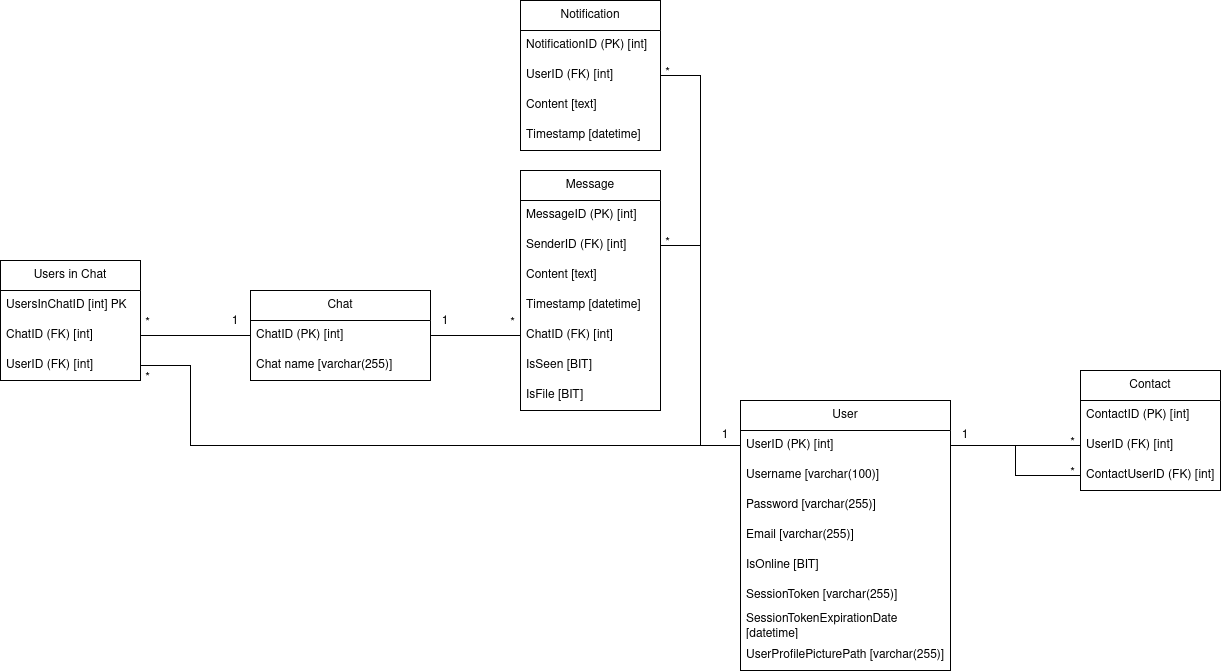
Earlier version of the draw.io export Images/Database_Schema.png (Serbina-Dumitru/TestDatabase). Source tidied: cells renumbered, new cells last; positions are measured from the earlier drawing's top-left corner, leaving out a move shared by most shapes.
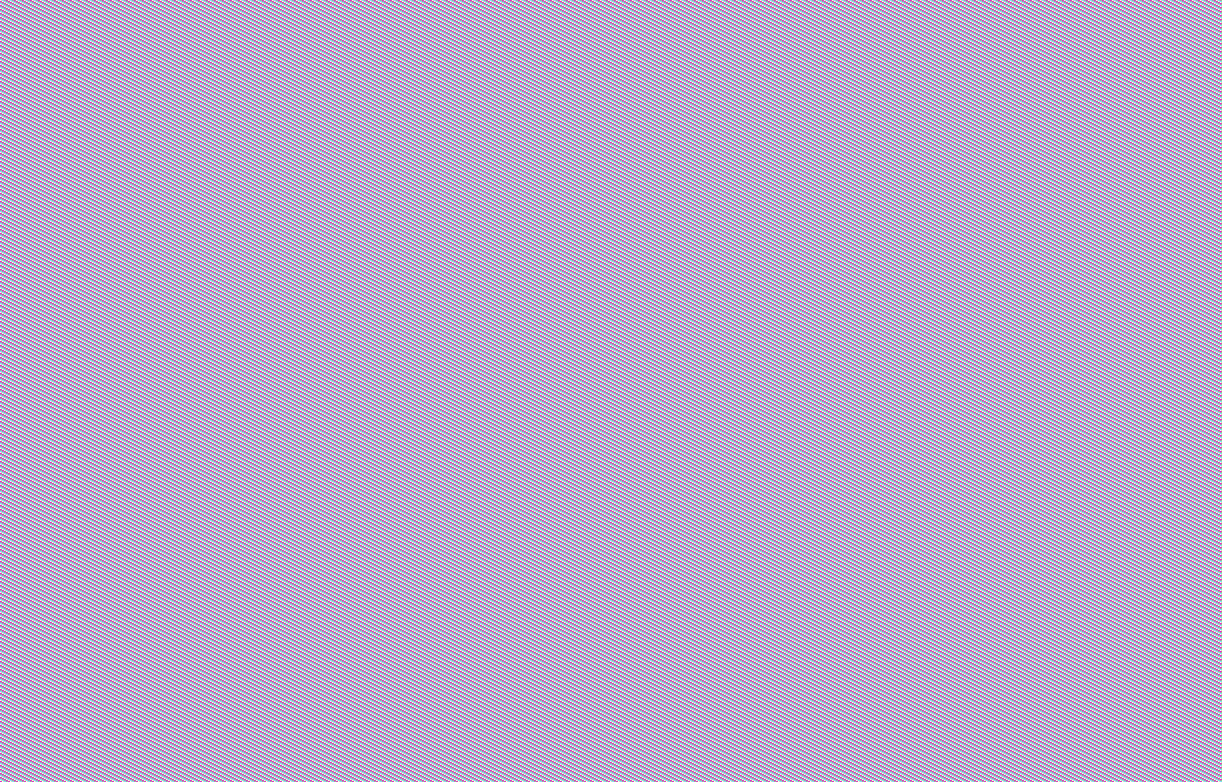
Later version of the same file.

Commit message:
Added the LastTimeOnline field in User.cs file

Change to the diagram source:
```diff
@@ -3,7 +3,7 @@
     <mxCell id="0" />
     <mxCell id="1" parent="0" />
     <mxCell id="2" value="Message" style="swimlane;fontStyle=0;horizontal=1;startSize=30;whiteSpace=wrap;html=1;fillColor=none;" parent="1" vertex="1">
-      <mxGeometry x="520" y="170" width="140" height="240" as="geometry" />
+      <mxGeometry x="570" y="310" width="140" height="240" as="geometry" />
     </mxCell>
     <mxCell id="3" value="MessageID (PK) [int]" style="text;strokeColor=none;fillColor=none;align=left;verticalAlign=middle;spacingLeft=4;spacingRight=4;overflow=hidden;whiteSpace=wrap;html=1;" parent="2" vertex="1">
       <mxGeometry y="30" width="140" height="30" as="geometry" />
@@ -11,12 +11,12 @@
     <mxCell id="4" value="SenderID (FK) [int]" style="text;strokeColor=none;fillColor=none;align=left;verticalAlign=middle;spacingLeft=4;spacingRight=4;overflow=hidden;points=[[0,0.5],[1,0.5]];portConstraint=eastwest;whiteSpace=wrap;html=1;" parent="2" vertex="1">
       <mxGeometry y="60" width="140" height="30" as="geometry" />
     </mxCell>
-    <mxCell id="5" value="Content [text]" style="text;strokeColor=none;fillColor=none;align=left;verticalAlign=middle;spacingLeft=4;spacingRight=4;overflow=hidden;whiteSpace=wrap;html=1;" parent="2" vertex="1">
-      <mxGeometry y="90" width="140" height="30" as="geometry" />
-    </mxCell>
-    <mxCell id="6" value="Timestamp [datetime]" style="text;strokeColor=none;fillColor=none;align=left;verticalAlign=middle;spacingLeft=4;spacingRight=4;overflow=hidden;whiteSpace=wrap;html=1;" parent="2" vertex="1">
-      <mxGeometry y="120" width="140" height="30" as="geometry" />
-    </mxCell>
+    <mxCell id="53" value="Content [text]" style="text;strokeColor=none;fillColor=none;align=left;verticalAlign=middle;spacingLeft=4;spacingRight=4;overflow=hidden;whiteSpace=wrap;html=1;" parent="2" vertex="1">
+      <mxGeometry y="90" width="140" height="30" as="geometry" />
+    </mxCell>
+    <mxCell id="54" value="Timestamp [datetime]" style="text;strokeColor=none;fillColor=none;align=left;verticalAlign=middle;spacingLeft=4;spacingRight=4;overflow=hidden;whiteSpace=wrap;html=1;" parent="2" vertex="1">
+      <mxGeometry y="120" width="140" height="30" as="geometry" />
+    </mxCell>
     <mxCell id="7" value="&lt;div&gt;ChatID (FK) [int]&lt;/div&gt;" style="text;strokeColor=none;fillColor=none;align=left;verticalAlign=middle;spacingLeft=4;spacingRight=4;overflow=hidden;points=[[0,0.5],[1,0.5]];portConstraint=eastwest;whiteSpace=wrap;html=1;" parent="2" vertex="1">
       <mxGeometry y="150" width="140" height="30" as="geometry" />
     </mxCell>
@@ -27,108 +27,112 @@
       <mxGeometry y="210" width="140" height="30" as="geometry" />
     </mxCell>
     <mxCell id="10" value="User" style="swimlane;fontStyle=0;horizontal=1;startSize=30;whiteSpace=wrap;html=1;fillColor=none;" parent="1" vertex="1">
-      <mxGeometry x="740" y="400" width="210" height="270" as="geometry" />
+      <mxGeometry x="790" y="540" width="230" height="340" as="geometry" />
     </mxCell>
     <mxCell id="11" value="UserID (PK) [int]" style="text;strokeColor=none;fillColor=none;align=left;verticalAlign=middle;spacingLeft=4;spacingRight=4;overflow=hidden;points=[[0,0.5],[1,0.5]];portConstraint=eastwest;whiteSpace=wrap;html=1;" parent="10" vertex="1">
-      <mxGeometry y="30" width="210" height="30" as="geometry" />
+      <mxGeometry y="30" width="230" height="30" as="geometry" />
     </mxCell>
     <mxCell id="12" value="Username [varchar(100)]" style="text;strokeColor=none;fillColor=none;align=left;verticalAlign=middle;spacingLeft=4;spacingRight=4;overflow=hidden;whiteSpace=wrap;html=1;" parent="10" vertex="1">
-      <mxGeometry y="60" width="210" height="30" as="geometry" />
+      <mxGeometry y="60" width="230" height="30" as="geometry" />
     </mxCell>
     <mxCell id="13" value="&lt;div&gt;Password [varchar(255)]&lt;/div&gt;" style="text;strokeColor=none;fillColor=none;align=left;verticalAlign=middle;spacingLeft=4;spacingRight=4;overflow=hidden;whiteSpace=wrap;html=1;" parent="10" vertex="1">
-      <mxGeometry y="90" width="210" height="30" as="geometry" />
+      <mxGeometry y="90" width="230" height="30" as="geometry" />
     </mxCell>
     <mxCell id="14" value="Email [varchar(255)]" style="text;strokeColor=none;fillColor=none;align=left;verticalAlign=middle;spacingLeft=4;spacingRight=4;overflow=hidden;whiteSpace=wrap;html=1;" parent="10" vertex="1">
-      <mxGeometry y="120" width="210" height="30" as="geometry" />
+      <mxGeometry y="120" width="230" height="30" as="geometry" />
     </mxCell>
     <mxCell id="15" value="&lt;div&gt;IsOnline [BIT]&lt;/div&gt;" style="text;strokeColor=none;fillColor=none;align=left;verticalAlign=middle;spacingLeft=4;spacingRight=4;overflow=hidden;whiteSpace=wrap;html=1;" parent="10" vertex="1">
-      <mxGeometry y="150" width="210" height="30" as="geometry" />
+      <mxGeometry y="150" width="230" height="30" as="geometry" />
     </mxCell>
+    <mxCell id="55" value="LastTimeOnline [DateTime]" style="text;strokeColor=none;fillColor=none;align=left;verticalAlign=middle;spacingLeft=4;spacingRight=4;overflow=hidden;whiteSpace=wrap;html=1;" parent="10" vertex="1">
+      <mxGeometry y="180" width="230" height="30" as="geometry" />
+    </mxCell>
     <mxCell id="16" value="&lt;div&gt;SessionToken [varchar(255)]&lt;/div&gt;" style="text;strokeColor=none;fillColor=none;align=left;verticalAlign=middle;spacingLeft=4;spacingRight=4;overflow=hidden;whiteSpace=wrap;html=1;" parent="10" vertex="1">
-      <mxGeometry y="180" width="210" height="30" as="geometry" />
+      <mxGeometry y="210" width="230" height="30" as="geometry" />
     </mxCell>
     <mxCell id="17" value="&lt;div&gt;SessionTokenExpirationDate [datetime]&lt;/div&gt;" style="text;strokeColor=none;fillColor=none;align=left;verticalAlign=middle;spacingLeft=4;spacingRight=4;overflow=hidden;whiteSpace=wrap;html=1;" parent="10" vertex="1">
-      <mxGeometry y="210" width="210" height="30" as="geometry" />
+      <mxGeometry y="240" width="230" height="50" as="geometry" />
     </mxCell>
     <mxCell id="18" value="UserProfilePicturePath [varchar(255)]" style="text;strokeColor=none;fillColor=none;align=left;verticalAlign=middle;spacingLeft=4;spacingRight=4;overflow=hidden;whiteSpace=wrap;html=1;" parent="10" vertex="1">
-      <mxGeometry y="240" width="210" height="30" as="geometry" />
+      <mxGeometry y="290" width="230" height="50" as="geometry" />
     </mxCell>
     <mxCell id="19" value="Notification" style="swimlane;fontStyle=0;horizontal=1;startSize=30;whiteSpace=wrap;html=1;fillColor=none;" parent="1" vertex="1">
-      <mxGeometry x="520" width="140" height="150" as="geometry" />
+      <mxGeometry x="570" y="100" width="140" height="170" as="geometry" />
     </mxCell>
     <mxCell id="20" value="NotificationID (PK) [int]" style="text;strokeColor=none;fillColor=none;align=left;verticalAlign=middle;spacingLeft=4;spacingRight=4;overflow=hidden;whiteSpace=wrap;html=1;" parent="19" vertex="1">
       <mxGeometry y="30" width="140" height="30" as="geometry" />
     </mxCell>
-    <mxCell id="21" value="UserID (FK) [int]" style="text;strokeColor=none;fillColor=none;align=left;verticalAlign=middle;spacingLeft=4;spacingRight=4;overflow=hidden;points=[[0,0.5],[1,0.5]];portConstraint=eastwest;whiteSpace=wrap;html=1;" parent="19" vertex="1">
-      <mxGeometry y="60" width="140" height="30" as="geometry" />
-    </mxCell>
-    <mxCell id="22" value="Content [text]" style="text;strokeColor=none;fillColor=none;align=left;verticalAlign=middle;spacingLeft=4;spacingRight=4;overflow=hidden;whiteSpace=wrap;html=1;" parent="19" vertex="1">
-      <mxGeometry y="90" width="140" height="30" as="geometry" />
-    </mxCell>
-    <mxCell id="23" value="Timestamp [datetime]" style="text;strokeColor=none;fillColor=none;align=left;verticalAlign=middle;spacingLeft=4;spacingRight=4;overflow=hidden;whiteSpace=wrap;html=1;" parent="19" vertex="1">
-      <mxGeometry y="120" width="140" height="30" as="geometry" />
-    </mxCell>
+    <mxCell id="56" value="UserID (FK) [int]" style="text;strokeColor=none;fillColor=none;align=left;verticalAlign=middle;spacingLeft=4;spacingRight=4;overflow=hidden;whiteSpace=wrap;html=1;" parent="19" vertex="1">
+      <mxGeometry y="60" width="140" height="30" as="geometry" />
+    </mxCell>
+    <mxCell id="57" value="Content [text]" style="text;strokeColor=none;fillColor=none;align=left;verticalAlign=middle;spacingLeft=4;spacingRight=4;overflow=hidden;whiteSpace=wrap;html=1;" parent="19" vertex="1">
+      <mxGeometry y="90" width="140" height="30" as="geometry" />
+    </mxCell>
+    <mxCell id="58" value="Timestamp [datetime]" style="text;strokeColor=none;fillColor=none;align=left;verticalAlign=middle;spacingLeft=4;spacingRight=4;overflow=hidden;whiteSpace=wrap;html=1;" parent="19" vertex="1">
+      <mxGeometry y="120" width="140" height="50" as="geometry" />
+    </mxCell>
     <mxCell id="24" value="Contact" style="swimlane;fontStyle=0;horizontal=1;startSize=30;whiteSpace=wrap;html=1;fillColor=none;" parent="1" vertex="1">
-      <mxGeometry x="1080" y="370" width="140" height="120" as="geometry" />
+      <mxGeometry x="1130" y="510" width="140" height="130" as="geometry" />
     </mxCell>
     <mxCell id="25" value="ContactID (PK) [int]" style="text;strokeColor=none;fillColor=none;align=left;verticalAlign=middle;spacingLeft=4;spacingRight=4;overflow=hidden;whiteSpace=wrap;html=1;" parent="24" vertex="1">
       <mxGeometry y="30" width="140" height="30" as="geometry" />
     </mxCell>
-    <mxCell id="26" value="UserID (FK) [int]" style="text;strokeColor=none;fillColor=none;align=left;verticalAlign=middle;spacingLeft=4;spacingRight=4;overflow=hidden;points=[[0,0.5],[1,0.5]];portConstraint=eastwest;whiteSpace=wrap;html=1;" parent="24" vertex="1">
-      <mxGeometry y="60" width="140" height="30" as="geometry" />
-    </mxCell>
+    <mxCell id="59" value="UserID (FK) [int]" style="text;strokeColor=none;fillColor=none;align=left;verticalAlign=middle;spacingLeft=4;spacingRight=4;overflow=hidden;points=[[0,0.5],[1,0.5]];portConstraint=eastwest;whiteSpace=wrap;html=1;" parent="24" vertex="1">
+      <mxGeometry y="60" width="140" height="30" as="geometry" />
+    </mxCell>
     <mxCell id="27" value="ContactUserID (FK) [int]" style="text;strokeColor=none;fillColor=none;align=left;verticalAlign=middle;spacingLeft=4;spacingRight=4;overflow=hidden;points=[[0,0.5],[1,0.5]];portConstraint=eastwest;whiteSpace=wrap;html=1;" parent="24" vertex="1">
-      <mxGeometry y="90" width="140" height="30" as="geometry" />
+      <mxGeometry y="90" width="140" height="40" as="geometry" />
     </mxCell>
     <mxCell id="28" style="edgeStyle=orthogonalEdgeStyle;rounded=0;jettySize=auto;html=1;entryX=0;entryY=0.5;entryDx=0;entryDy=0;endArrow=none;startFill=0;" parent="1" edge="1" source="29" target="7">
       <mxGeometry relative="1" as="geometry" />
     </mxCell>
     <mxCell id="29" value="Chat" style="swimlane;fontStyle=0;horizontal=1;startSize=30;whiteSpace=wrap;html=1;fillColor=none;" parent="1" vertex="1">
-      <mxGeometry x="250" y="290" width="180" height="90" as="geometry" />
+      <mxGeometry x="300" y="425" width="180" height="100" as="geometry" />
     </mxCell>
     <mxCell id="30" value="&lt;div&gt;ChatID (PK) [int]&lt;/div&gt;" style="text;strokeColor=none;fillColor=none;align=left;verticalAlign=middle;spacingLeft=4;spacingRight=4;overflow=hidden;points=[[0,0.5],[1,0.5]];portConstraint=eastwest;whiteSpace=wrap;html=1;" parent="29" vertex="1">
       <mxGeometry y="30" width="180" height="30" as="geometry" />
     </mxCell>
     <mxCell id="31" value="Chat name [varchar(255)]" style="text;strokeColor=none;fillColor=none;align=left;verticalAlign=middle;spacingLeft=4;spacingRight=4;overflow=hidden;whiteSpace=wrap;html=1;" parent="29" vertex="1">
-      <mxGeometry y="60" width="180" height="30" as="geometry" />
+      <mxGeometry y="60" width="180" height="40" as="geometry" />
     </mxCell>
     <mxCell id="32" style="edgeStyle=orthogonalEdgeStyle;rounded=0;jettySize=auto;html=1;exitX=1;exitY=0.5;exitDx=0;exitDy=0;entryX=0;entryY=0.5;entryDx=0;entryDy=0;strokeColor=default;endArrow=none;startFill=0;" parent="1" edge="1" source="4" target="11">
       <mxGeometry relative="1" as="geometry" />
     </mxCell>
-    <mxCell id="33" value="1" style="text;html=1;align=center;verticalAlign=middle;whiteSpace=wrap;rounded=0;" parent="1" vertex="1">
-      <mxGeometry x="720" y="430" width="10" height="10" as="geometry" />
-    </mxCell>
-    <mxCell id="34" value="*" style="text;html=1;align=center;verticalAlign=middle;whiteSpace=wrap;rounded=0;" parent="1" vertex="1">
-      <mxGeometry x="665" y="240" width="5" height="5" as="geometry" />
-    </mxCell>
-    <mxCell id="35" style="edgeStyle=orthogonalEdgeStyle;rounded=0;jettySize=auto;html=1;entryX=0;entryY=0.5;entryDx=0;entryDy=0;endArrow=none;startFill=0;" parent="1" edge="1" source="21" target="11">
-      <mxGeometry relative="1" as="geometry">
-        <Array as="points">
-          <mxPoint x="700" y="75" />
-          <mxPoint x="700" y="445" />
-        </Array>
-      </mxGeometry>
-    </mxCell>
-    <mxCell id="36" value="*" style="text;html=1;align=center;verticalAlign=middle;whiteSpace=wrap;rounded=0;" parent="1" vertex="1">
-      <mxGeometry x="665" y="70" width="5" height="5" as="geometry" />
-    </mxCell>
-    <mxCell id="37" style="edgeStyle=orthogonalEdgeStyle;rounded=0;jettySize=auto;html=1;exitX=1;exitY=0.5;exitDx=0;exitDy=0;entryX=0;entryY=0.5;entryDx=0;entryDy=0;endArrow=none;startFill=0;" parent="1" edge="1" source="11" target="26">
-      <mxGeometry relative="1" as="geometry" />
-    </mxCell>
+    <mxCell id="60" value="1" style="text;html=1;align=center;verticalAlign=middle;whiteSpace=wrap;rounded=0;" parent="1" vertex="1">
+      <mxGeometry x="770" y="570" width="10" height="10" as="geometry" />
+    </mxCell>
+    <mxCell id="61" value="*" style="text;html=1;align=center;verticalAlign=middle;whiteSpace=wrap;rounded=0;" parent="1" vertex="1">
+      <mxGeometry x="715" y="380" width="5" height="5" as="geometry" />
+    </mxCell>
+    <mxCell id="62" style="edgeStyle=orthogonalEdgeStyle;rounded=0;jettySize=auto;html=1;entryX=0;entryY=0.5;entryDx=0;entryDy=0;endArrow=none;startFill=0;" parent="1" edge="1" target="11">
+      <mxGeometry relative="1" as="geometry">
+        <mxPoint x="710" y="150" as="sourcePoint" />
+        <Array as="points">
+          <mxPoint x="750" y="150" />
+          <mxPoint x="750" y="585" />
+        </Array>
+      </mxGeometry>
+    </mxCell>
+    <mxCell id="63" value="*" style="text;html=1;align=center;verticalAlign=middle;whiteSpace=wrap;rounded=0;" parent="1" vertex="1">
+      <mxGeometry x="715" y="140" width="5" height="5" as="geometry" />
+    </mxCell>
+    <mxCell id="64" style="edgeStyle=orthogonalEdgeStyle;rounded=0;jettySize=auto;html=1;exitX=1;exitY=0.5;exitDx=0;exitDy=0;entryX=0;entryY=0.5;entryDx=0;entryDy=0;endArrow=none;startFill=0;" parent="1" edge="1" source="11" target="59">
+      <mxGeometry relative="1" as="geometry" />
+    </mxCell>
     <mxCell id="38" style="edgeStyle=orthogonalEdgeStyle;rounded=0;jettySize=auto;html=1;exitX=0;exitY=0.5;exitDx=0;exitDy=0;entryX=1;entryY=0.5;entryDx=0;entryDy=0;endArrow=none;startFill=0;" parent="1" edge="1" source="27" target="11">
       <mxGeometry relative="1" as="geometry" />
     </mxCell>
-    <mxCell id="39" value="1" style="text;html=1;align=center;verticalAlign=middle;whiteSpace=wrap;rounded=0;" parent="1" vertex="1">
-      <mxGeometry x="960" y="430" width="10" height="10" as="geometry" />
-    </mxCell>
-    <mxCell id="40" value="*" style="text;html=1;align=center;verticalAlign=middle;whiteSpace=wrap;rounded=0;" parent="1" vertex="1">
-      <mxGeometry x="1070" y="470" width="5" height="5" as="geometry" />
-    </mxCell>
-    <mxCell id="41" value="*" style="text;html=1;align=center;verticalAlign=middle;whiteSpace=wrap;rounded=0;" parent="1" vertex="1">
-      <mxGeometry x="1070" y="440" width="5" height="5" as="geometry" />
-    </mxCell>
+    <mxCell id="65" value="1" style="text;html=1;align=center;verticalAlign=middle;whiteSpace=wrap;rounded=0;" parent="1" vertex="1">
+      <mxGeometry x="1010" y="570" width="10" height="10" as="geometry" />
+    </mxCell>
+    <mxCell id="66" value="*" style="text;html=1;align=center;verticalAlign=middle;whiteSpace=wrap;rounded=0;" parent="1" vertex="1">
+      <mxGeometry x="1120" y="610" width="5" height="5" as="geometry" />
+    </mxCell>
+    <mxCell id="67" value="*" style="text;html=1;align=center;verticalAlign=middle;whiteSpace=wrap;rounded=0;" parent="1" vertex="1">
+      <mxGeometry x="1120" y="580" width="5" height="5" as="geometry" />
+    </mxCell>
     <mxCell id="42" value="Users in Chat" style="swimlane;fontStyle=0;horizontal=1;startSize=30;whiteSpace=wrap;html=1;fillColor=none;" parent="1" vertex="1">
-      <mxGeometry y="260" width="140" height="120" as="geometry" />
+      <mxGeometry x="50" y="395" width="140" height="120" as="geometry" />
     </mxCell>
     <mxCell id="43" value="UsersInChatID [int] PK" style="text;strokeColor=none;fillColor=none;align=left;verticalAlign=middle;spacingLeft=4;spacingRight=4;overflow=hidden;whiteSpace=wrap;html=1;" parent="42" vertex="1">
       <mxGeometry y="30" width="140" height="30" as="geometry" />
@@ -145,25 +149,25 @@
     <mxCell id="47" style="edgeStyle=orthogonalEdgeStyle;rounded=0;jettySize=auto;html=1;entryX=0;entryY=0.5;entryDx=0;entryDy=0;endArrow=none;startFill=0;" parent="1" edge="1" source="45" target="11">
       <mxGeometry relative="1" as="geometry">
         <Array as="points">
-          <mxPoint x="190" y="365" />
-          <mxPoint x="190" y="445" />
+          <mxPoint x="240" y="505" />
+          <mxPoint x="240" y="585" />
         </Array>
       </mxGeometry>
     </mxCell>
-    <mxCell id="48" value="*" style="text;html=1;align=center;verticalAlign=middle;whiteSpace=wrap;rounded=0;" parent="1" vertex="1">
-      <mxGeometry x="145" y="375" width="5" height="5" as="geometry" />
-    </mxCell>
-    <mxCell id="49" value="*" style="text;html=1;align=center;verticalAlign=middle;whiteSpace=wrap;rounded=0;" parent="1" vertex="1">
-      <mxGeometry x="145" y="320" width="5" height="5" as="geometry" />
-    </mxCell>
-    <mxCell id="50" value="1" style="text;html=1;align=center;verticalAlign=middle;whiteSpace=wrap;rounded=0;" parent="1" vertex="1">
-      <mxGeometry x="230" y="313" width="10" height="15" as="geometry" />
-    </mxCell>
-    <mxCell id="51" value="1" style="text;html=1;align=center;verticalAlign=middle;whiteSpace=wrap;rounded=0;" parent="1" vertex="1">
-      <mxGeometry x="440" y="313" width="10" height="15" as="geometry" />
-    </mxCell>
-    <mxCell id="52" value="*" style="text;html=1;align=center;verticalAlign=middle;whiteSpace=wrap;rounded=0;" parent="1" vertex="1">
-      <mxGeometry x="510" y="320" width="5" height="5" as="geometry" />
-    </mxCell>
+    <mxCell id="68" value="*" style="text;html=1;align=center;verticalAlign=middle;whiteSpace=wrap;rounded=0;" parent="1" vertex="1">
+      <mxGeometry x="195" y="515" width="5" height="5" as="geometry" />
+    </mxCell>
+    <mxCell id="69" value="*" style="text;html=1;align=center;verticalAlign=middle;whiteSpace=wrap;rounded=0;" parent="1" vertex="1">
+      <mxGeometry x="195" y="460" width="5" height="5" as="geometry" />
+    </mxCell>
+    <mxCell id="70" value="1" style="text;html=1;align=center;verticalAlign=middle;whiteSpace=wrap;rounded=0;" parent="1" vertex="1">
+      <mxGeometry x="280" y="453" width="10" height="15" as="geometry" />
+    </mxCell>
+    <mxCell id="71" value="1" style="text;html=1;align=center;verticalAlign=middle;whiteSpace=wrap;rounded=0;" parent="1" vertex="1">
+      <mxGeometry x="490" y="453" width="10" height="15" as="geometry" />
+    </mxCell>
+    <mxCell id="72" value="*" style="text;html=1;align=center;verticalAlign=middle;whiteSpace=wrap;rounded=0;" parent="1" vertex="1">
+      <mxGeometry x="560" y="460" width="5" height="5" as="geometry" />
+    </mxCell>
   </root>
 </mxGraphModel>
```
